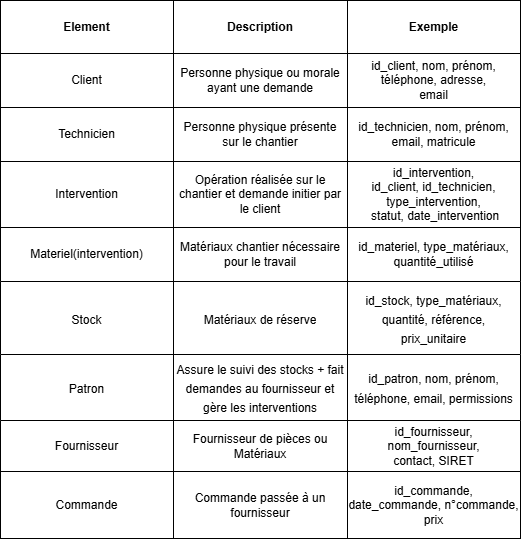
Before: Documents/MCD.drawio.png, a diagram exported from draw.io (alexaderatls/fil-rouge). Source tidied: cells renumbered, new cells last; positions are measured from the earlier drawing's top-left corner, leaving out a move shared by most shapes.
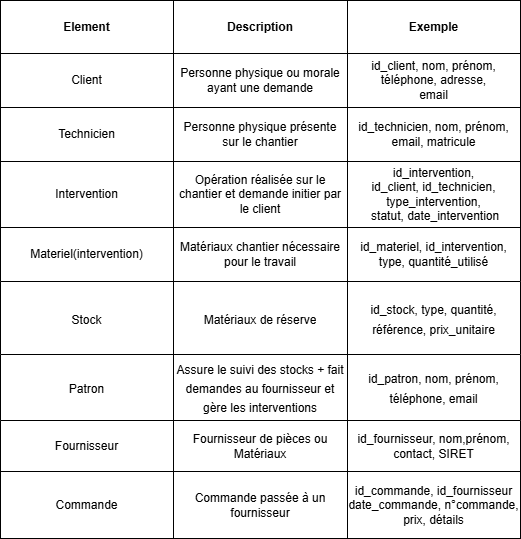
The same diagram one commit later.

The edit, as a diff of the source:
```diff
@@ -14,7 +14,7 @@
     <mxCell id="5" value="Fournisseur de pièces ou Matériaux" style="strokeColor=inherit;fillColor=none;align=center;whiteSpace=wrap;html=1;" parent="3" vertex="1">
       <mxGeometry x="173" width="174" height="51" as="geometry" />
     </mxCell>
-    <mxCell id="6" value="id_fournisseur, nom_fournisseur,&lt;br&gt;contact, SIRET" style="strokeColor=inherit;fillColor=none;align=center;whiteSpace=wrap;html=1;" parent="3" vertex="1">
+    <mxCell id="6" value="id_fournisseur, nom,prénom,&lt;br&gt;contact, SIRET" style="strokeColor=inherit;fillColor=none;align=center;whiteSpace=wrap;html=1;" parent="3" vertex="1">
       <mxGeometry x="347" width="173" height="51" as="geometry" />
     </mxCell>
     <mxCell id="7" style="shape=tableRow;horizontal=0;startSize=0;swimlaneHead=0;swimlaneBody=0;top=0;left=0;bottom=0;right=0;fontStyle=0;fillColor=none;strokeColor=inherit;" parent="2" vertex="1">
@@ -26,7 +26,7 @@
     <mxCell id="9" value="Commande passée à un fournisseur" style="strokeColor=inherit;fillColor=none;align=center;whiteSpace=wrap;html=1;" parent="7" vertex="1">
       <mxGeometry x="173" width="174" height="67" as="geometry" />
     </mxCell>
-    <mxCell id="10" value="id_commande, date_commande, n°commande,&lt;div&gt;prix&lt;/div&gt;" style="strokeColor=inherit;fillColor=none;align=center;whiteSpace=wrap;html=1;" parent="7" vertex="1">
+    <mxCell id="10" value="id_commande, id_fournisseur date_commande, n°commande,&lt;div&gt;prix, détails&lt;/div&gt;" style="strokeColor=inherit;fillColor=none;align=center;whiteSpace=wrap;html=1;" parent="7" vertex="1">
       <mxGeometry x="347" width="173" height="67" as="geometry" />
     </mxCell>
     <mxCell id="11" style="shadow=0;" parent="1" vertex="1">
@@ -92,7 +92,7 @@
     <mxCell id="31" value="&lt;span style=&quot;text-align: left;&quot;&gt;Matériaux chantier nécessaire pour le travail&lt;/span&gt;" style="strokeColor=inherit;fillColor=none;align=center;whiteSpace=wrap;html=1;" parent="29" vertex="1">
       <mxGeometry x="173" width="174" height="54" as="geometry" />
     </mxCell>
-    <mxCell id="32" value="id_materiel, type_matériaux, quantité_utilisé" style="strokeColor=inherit;fillColor=none;align=center;whiteSpace=wrap;html=1;" parent="29" vertex="1">
+    <mxCell id="32" value="id_materiel, id_intervention, type, quantité_utilisé" style="strokeColor=inherit;fillColor=none;align=center;whiteSpace=wrap;html=1;" parent="29" vertex="1">
       <mxGeometry x="347" width="173" height="54" as="geometry" />
     </mxCell>
     <mxCell id="33" style="shape=table;startSize=0;fontSize=16;" parent="1" vertex="1">
@@ -107,7 +107,7 @@
     <mxCell id="36" value="&lt;span style=&quot;font-size: 12px; text-align: left;&quot;&gt;Matériaux de réserve&lt;/span&gt;" style="shape=partialRectangle;html=1;whiteSpace=wrap;strokeColor=inherit;overflow=hidden;fillColor=none;top=0;left=0;bottom=0;right=0;fontSize=16;" parent="34" vertex="1">
       <mxGeometry x="173" width="174" height="73" as="geometry" />
     </mxCell>
-    <mxCell id="37" value="&lt;span style=&quot;font-size: 12px;&quot;&gt;id_stock, type_matériaux, quantité, référence, prix_unitaire&lt;/span&gt;" style="shape=partialRectangle;html=1;whiteSpace=wrap;strokeColor=inherit;overflow=hidden;fillColor=none;top=0;left=0;bottom=0;right=0;fontSize=16;" parent="34" vertex="1">
+    <mxCell id="37" value="&lt;span style=&quot;font-size: 12px;&quot;&gt;id_stock, type, quantité, référence, prix_unitaire&lt;/span&gt;" style="shape=partialRectangle;html=1;whiteSpace=wrap;strokeColor=inherit;overflow=hidden;fillColor=none;top=0;left=0;bottom=0;right=0;fontSize=16;" parent="34" vertex="1">
       <mxGeometry x="347" width="173" height="73" as="geometry" />
     </mxCell>
     <mxCell id="38" style="shape=table;startSize=0;fontSize=16;" parent="1" vertex="1">
@@ -122,7 +122,7 @@
     <mxCell id="41" value="&lt;font style=&quot;font-size: 12px;&quot;&gt;Assure le suivi des stocks + fait demandes au fournisseur et gère les interventions&lt;/font&gt;" style="shape=partialRectangle;html=1;whiteSpace=wrap;strokeColor=inherit;overflow=hidden;fillColor=none;top=0;left=0;bottom=0;right=0;fontSize=16;" parent="39" vertex="1">
       <mxGeometry x="173" width="174" height="66" as="geometry" />
     </mxCell>
-    <mxCell id="42" value="&lt;span style=&quot;font-size: 12px;&quot;&gt;id_patron, nom, prénom, téléphone, email, permissions&lt;/span&gt;" style="shape=partialRectangle;html=1;whiteSpace=wrap;strokeColor=inherit;overflow=hidden;fillColor=none;top=0;left=0;bottom=0;right=0;fontSize=16;" parent="39" vertex="1">
+    <mxCell id="42" value="&lt;span style=&quot;font-size: 12px;&quot;&gt;id_patron, nom, prénom, téléphone, email&lt;/span&gt;" style="shape=partialRectangle;html=1;whiteSpace=wrap;strokeColor=inherit;overflow=hidden;fillColor=none;top=0;left=0;bottom=0;right=0;fontSize=16;" parent="39" vertex="1">
       <mxGeometry x="347" width="173" height="66" as="geometry" />
     </mxCell>
   </root>
```
